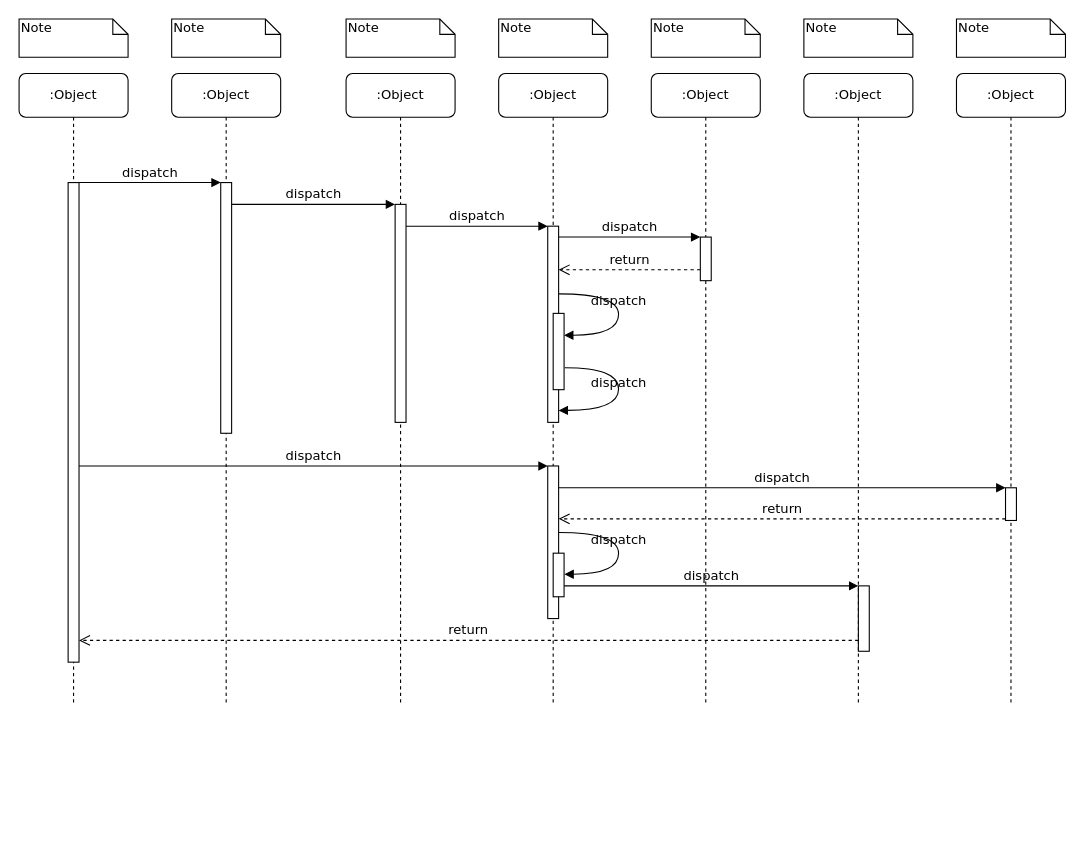
Before: 合单.drawio in unclequentin/diagrams, a draw.io diagram. Source tidied: cells renumbered, new cells numbered last; positions are measured from the earlier drawing's top-left corner, leaving out a move shared by most shapes. Both pictures are drawn from the tidied source at 109%, with x=0, y=0 at pixel (19, 19).
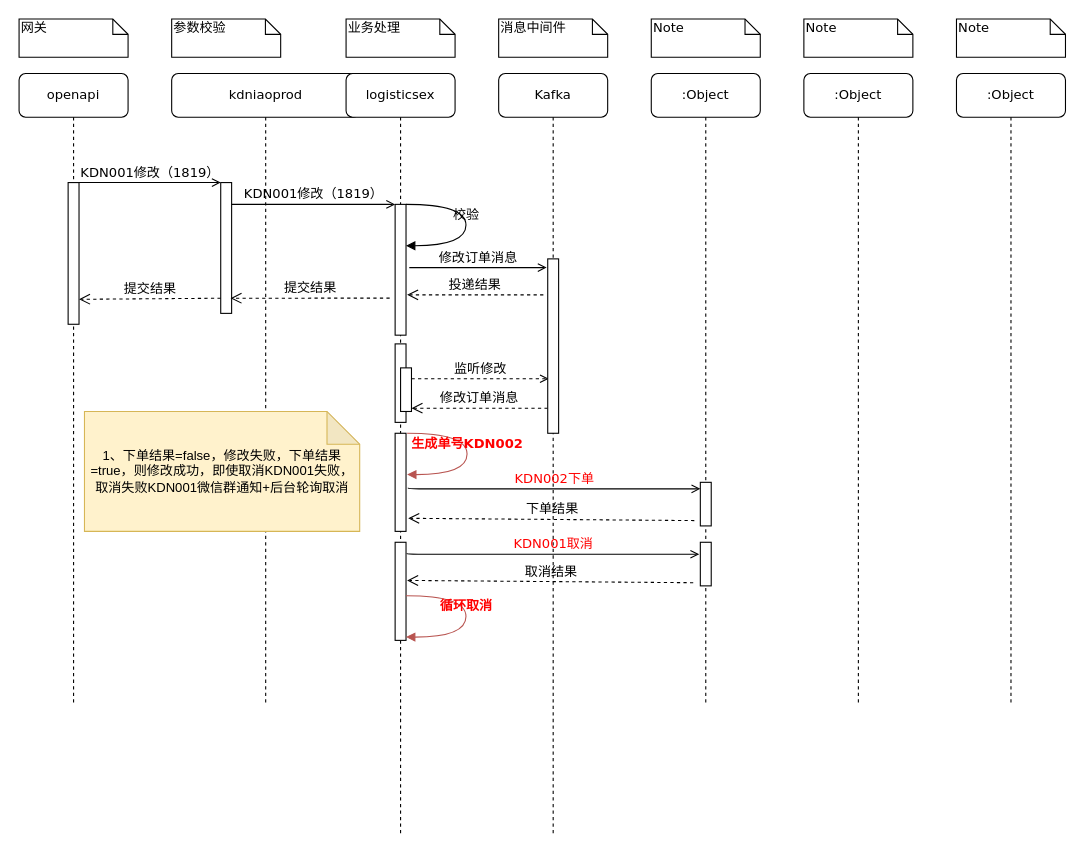
After the change.

Unchanged cells that the change refers to:
```xml
<mxCell id="7" value=":Object" style="shape=umlLifeline;perimeter=lifelinePerimeter;whiteSpace=wrap;html=1;rounded=1;shadow=0;comic=0;labelBackgroundColor=none;strokeWidth=1;fontFamily=Verdana;fontSize=12;align=center;" parent="1" vertex="1">
  <mxGeometry x="580" y="50" width="100" height="580" as="geometry" />
</mxCell>
```

Change to the diagram source:
```diff
@@
-    <mxCell id="2" value=":Object" style="shape=umlLifeline;perimeter=lifelinePerimeter;whiteSpace=wrap;html=1;rounded=1;shadow=0;comic=0;labelBackgroundColor=none;strokeWidth=1;fontFamily=Verdana;fontSize=12;align=center;" parent="1" vertex="1">
-      <mxGeometry x="140" y="50" width="100" height="580" as="geometry" />
+    <mxCell id="2" value="kdniaoprod" style="shape=umlLifeline;perimeter=lifelinePerimeter;whiteSpace=wrap;html=1;rounded=1;shadow=0;comic=0;labelBackgroundColor=none;strokeWidth=1;fontFamily=Verdana;fontSize=12;align=center;" parent="1" vertex="1">
+      <mxGeometry x="140" y="50" width="172.5" height="580" as="geometry" />
     </mxCell>
     <mxCell id="3" style="html=1;points=[];perimeter=orthogonalPerimeter;rounded=0;shadow=0;comic=0;labelBackgroundColor=none;strokeWidth=1;fontFamily=Verdana;fontSize=12;align=center;" parent="2" vertex="1">
-      <mxGeometry x="45" y="100" width="10" height="230" as="geometry" />
+      <mxGeometry x="45" y="100" width="10" height="120" as="geometry" />
     </mxCell>
+    <mxCell id="39" value="提交结果" style="html=1;verticalAlign=bottom;endArrow=open;dashed=1;endSize=8;labelBackgroundColor=none;fontFamily=Verdana;fontSize=12;entryX=0.9;entryY=0.283;entryDx=0;entryDy=0;entryPerimeter=0;exitX=0;exitY=0.283;exitDx=0;exitDy=0;exitPerimeter=0;" parent="2" edge="1">
+      <mxGeometry relative="1" as="geometry">
+        <mxPoint x="45" y="206.1" as="sourcePoint" />
+        <mxPoint x="-85" y="207.1" as="targetPoint" />
+      </mxGeometry>
+    </mxCell>
+    <mxCell id="40" value="1、下单结果=false，修改失败，下单结果=true，则修改成功，即使取消KDN001失败，取消失败KDN001微信群通知+后台轮询取消" style="shape=note;whiteSpace=wrap;html=1;backgroundOutline=1;darkOpacity=0.05;fillColor=#fff2cc;strokeColor=#d6b656;" parent="2" vertex="1">
+      <mxGeometry x="-80" y="310" width="252.5" height="110" as="geometry" />
+    </mxCell>
-    <mxCell id="4" value=":Object" style="shape=umlLifeline;perimeter=lifelinePerimeter;whiteSpace=wrap;html=1;rounded=1;shadow=0;comic=0;labelBackgroundColor=none;strokeWidth=1;fontFamily=Verdana;fontSize=12;align=center;" parent="1" vertex="1">
-      <mxGeometry x="300" y="50" width="100" height="580" as="geometry" />
+    <mxCell id="4" value="logisticsex" style="shape=umlLifeline;perimeter=lifelinePerimeter;whiteSpace=wrap;html=1;rounded=1;shadow=0;comic=0;labelBackgroundColor=none;strokeWidth=1;fontFamily=Verdana;fontSize=12;align=center;" parent="1" vertex="1">
+      <mxGeometry x="300" y="50" width="100" height="700" as="geometry" />
     </mxCell>
     <mxCell id="5" style="html=1;points=[];perimeter=orthogonalPerimeter;rounded=0;shadow=0;comic=0;labelBackgroundColor=none;strokeWidth=1;fontFamily=Verdana;fontSize=12;align=center;" parent="4" vertex="1">
-      <mxGeometry x="45" y="120" width="10" height="200" as="geometry" />
+      <mxGeometry x="45" y="120" width="10" height="120" as="geometry" />
     </mxCell>
+    <mxCell id="41" value="校验" style="html=1;verticalAlign=bottom;endArrow=block;labelBackgroundColor=none;fontFamily=Verdana;fontSize=12;elbow=vertical;edgeStyle=orthogonalEdgeStyle;curved=1;entryX=1;entryY=0.316;entryPerimeter=0;exitX=1.038;exitY=0.345;exitPerimeter=0;entryDx=0;entryDy=0;" parent="4" edge="1" target="5">
+      <mxGeometry relative="1" as="geometry">
+        <mxPoint x="55" y="120" as="sourcePoint" />
+        <Array as="points">
+          <mxPoint x="110" y="120" />
+          <mxPoint x="110" y="158" />
+        </Array>
+      </mxGeometry>
+    </mxCell>
+    <mxCell id="42" value="&lt;b&gt;&lt;font color=&quot;#ff0000&quot;&gt;生成单号KDN002&lt;/font&gt;&lt;/b&gt;" style="html=1;verticalAlign=bottom;endArrow=block;labelBackgroundColor=none;fontFamily=Verdana;fontSize=12;elbow=vertical;edgeStyle=orthogonalEdgeStyle;curved=1;entryX=1;entryY=0.316;entryPerimeter=0;exitX=1.038;exitY=0.345;exitPerimeter=0;entryDx=0;entryDy=0;fillColor=#f8cecc;strokeColor=#B85450;" parent="4" edge="1">
+      <mxGeometry relative="1" as="geometry">
+        <mxPoint x="56" y="330" as="sourcePoint" />
+        <mxPoint x="56" y="367.9" as="targetPoint" />
+        <Array as="points">
+          <mxPoint x="111" y="330" />
+          <mxPoint x="111" y="368" />
+        </Array>
+      </mxGeometry>
+    </mxCell>
+    <mxCell id="43" style="html=1;perimeter=orthogonalPerimeter;rounded=0;shadow=0;comic=0;labelBackgroundColor=none;strokeWidth=1;fontFamily=Verdana;fontSize=12;align=center;" parent="4" vertex="1">
+      <mxGeometry x="45" y="430" width="10" height="90" as="geometry" />
+    </mxCell>
+    <mxCell id="44" value="&lt;font color=&quot;#ff0000&quot;&gt;&lt;b&gt;循环取消&lt;/b&gt;&lt;/font&gt;" style="html=1;verticalAlign=bottom;endArrow=block;labelBackgroundColor=none;fontFamily=Verdana;fontSize=12;elbow=vertical;edgeStyle=orthogonalEdgeStyle;curved=1;entryX=1;entryY=0.316;entryPerimeter=0;exitX=1.038;exitY=0.345;exitPerimeter=0;entryDx=0;entryDy=0;fillColor=#f8cecc;strokeColor=#B85450;" parent="4" edge="1">
+      <mxGeometry relative="1" as="geometry">
+        <mxPoint x="55" y="479.1" as="sourcePoint" />
+        <mxPoint x="55" y="517" as="targetPoint" />
+        <Array as="points">
+          <mxPoint x="110" y="479.1" />
+          <mxPoint x="110" y="517.1" />
+        </Array>
+      </mxGeometry>
+    </mxCell>
-    <mxCell id="6" value=":Object" style="shape=umlLifeline;perimeter=lifelinePerimeter;whiteSpace=wrap;html=1;rounded=1;shadow=0;comic=0;labelBackgroundColor=none;strokeWidth=1;fontFamily=Verdana;fontSize=12;align=center;" parent="1" vertex="1">
-      <mxGeometry x="440" y="50" width="100" height="580" as="geometry" />
+    <mxCell id="6" value="Kafka" style="shape=umlLifeline;perimeter=lifelinePerimeter;whiteSpace=wrap;html=1;rounded=1;shadow=0;comic=0;labelBackgroundColor=none;strokeWidth=1;fontFamily=Verdana;fontSize=12;align=center;" parent="1" vertex="1">
+      <mxGeometry x="440" y="50" width="100" height="700" as="geometry" />
     </mxCell>
+    <mxCell id="45" value="修改订单消息" style="html=1;verticalAlign=bottom;endArrow=open;labelBackgroundColor=none;fontFamily=Verdana;fontSize=12;edgeStyle=elbowEdgeStyle;elbow=vertical;endFill=0;entryX=0.1;entryY=0.211;entryDx=0;entryDy=0;entryPerimeter=0;" parent="6" edge="1">
+      <mxGeometry relative="1" as="geometry">
+        <mxPoint x="-82" y="178" as="sourcePoint" />
+        <mxPoint x="44" y="178" as="targetPoint" />
+      </mxGeometry>
+    </mxCell>
+    <mxCell id="46" value="投递结果" style="html=1;verticalAlign=bottom;endArrow=open;dashed=1;endSize=8;labelBackgroundColor=none;fontFamily=Verdana;fontSize=12;" parent="6" edge="1">
+      <mxGeometry relative="1" as="geometry">
+        <mxPoint x="41" y="203" as="sourcePoint" />
+        <mxPoint x="-84" y="203" as="targetPoint" />
+      </mxGeometry>
+    </mxCell>
+    <mxCell id="47" value="监听修改" style="html=1;verticalAlign=bottom;endArrow=open;labelBackgroundColor=none;fontFamily=Verdana;fontSize=12;edgeStyle=elbowEdgeStyle;elbow=vertical;endFill=0;entryX=0.1;entryY=0.211;entryDx=0;entryDy=0;entryPerimeter=0;dashed=1;" parent="6" edge="1">
+      <mxGeometry relative="1" as="geometry">
+        <mxPoint x="-80" y="280" as="sourcePoint" />
+        <mxPoint x="46" y="280" as="targetPoint" />
+      </mxGeometry>
+    </mxCell>
+    <mxCell id="48" value="修改订单消息" style="html=1;verticalAlign=bottom;endArrow=open;dashed=1;endSize=8;labelBackgroundColor=none;fontFamily=Verdana;fontSize=12;" parent="6" edge="1">
+      <mxGeometry relative="1" as="geometry">
+        <mxPoint x="45" y="307" as="sourcePoint" />
+        <mxPoint x="-80" y="307" as="targetPoint" />
+      </mxGeometry>
+    </mxCell>
+    <mxCell id="49" value="下单结果" style="html=1;verticalAlign=bottom;endArrow=open;dashed=1;endSize=8;labelBackgroundColor=none;fontFamily=Verdana;fontSize=12;entryX=1.2;entryY=0.846;entryDx=0;entryDy=0;entryPerimeter=0;" parent="6" edge="1">
+      <mxGeometry relative="1" as="geometry">
+        <mxPoint x="179.5" y="410.1" as="sourcePoint" />
+        <mxPoint x="-83" y="408" as="targetPoint" />
+      </mxGeometry>
+    </mxCell>
+    <mxCell id="50" value="&lt;font color=&quot;#ff0000&quot;&gt;KDN001取消&lt;/font&gt;" style="html=1;verticalAlign=bottom;endArrow=open;labelBackgroundColor=none;fontFamily=Verdana;fontSize=12;edgeStyle=elbowEdgeStyle;elbow=vertical;endFill=0;entryX=0;entryY=0.3;entryDx=0;entryDy=0;entryPerimeter=0;" parent="6" edge="1">
+      <mxGeometry relative="1" as="geometry">
+        <mxPoint x="-84" y="440" as="sourcePoint" />
+        <mxPoint x="184" y="441" as="targetPoint" />
+      </mxGeometry>
+    </mxCell>
@@
+    <mxCell id="51" style="html=1;perimeter=orthogonalPerimeter;rounded=0;shadow=0;comic=0;labelBackgroundColor=none;strokeWidth=1;fontFamily=Verdana;fontSize=12;align=center;" parent="7" vertex="1">
+      <mxGeometry x="45" y="430" width="10" height="40" as="geometry" />
+    </mxCell>
@@
-    <mxCell id="10" value=":Object" style="shape=umlLifeline;perimeter=lifelinePerimeter;whiteSpace=wrap;html=1;rounded=1;shadow=0;comic=0;labelBackgroundColor=none;strokeWidth=1;fontFamily=Verdana;fontSize=12;align=center;" parent="1" vertex="1">
+    <mxCell id="10" value="openapi" style="shape=umlLifeline;perimeter=lifelinePerimeter;whiteSpace=wrap;html=1;rounded=1;shadow=0;comic=0;labelBackgroundColor=none;strokeWidth=1;fontFamily=Verdana;fontSize=12;align=center;" parent="1" vertex="1">
       <mxGeometry y="50" width="100" height="580" as="geometry" />
     </mxCell>
     <mxCell id="11" style="html=1;points=[];perimeter=orthogonalPerimeter;rounded=0;shadow=0;comic=0;labelBackgroundColor=none;strokeWidth=1;fontFamily=Verdana;fontSize=12;align=center;" parent="10" vertex="1">
-      <mxGeometry x="45" y="100" width="10" height="440" as="geometry" />
+      <mxGeometry x="45" y="100" width="10" height="130" as="geometry" />
     </mxCell>
     <mxCell id="12" style="html=1;points=[];perimeter=orthogonalPerimeter;rounded=0;shadow=0;comic=0;labelBackgroundColor=none;strokeWidth=1;fontFamily=Verdana;fontSize=12;align=center;" parent="1" vertex="1">
-      <mxGeometry x="485" y="190" width="10" height="180" as="geometry" />
+      <mxGeometry x="485" y="220" width="10" height="160" as="geometry" />
     </mxCell>
-    <mxCell id="13" value="dispatch" style="html=1;verticalAlign=bottom;endArrow=block;labelBackgroundColor=none;fontFamily=Verdana;fontSize=12;edgeStyle=elbowEdgeStyle;elbow=vertical;" parent="1" edge="1" source="5" target="12">
-      <mxGeometry relative="1" as="geometry">
-        <Array as="points">
-          <mxPoint x="360" y="190" />
-        </Array>
-      </mxGeometry>
-    </mxCell>
     <mxCell id="14" style="html=1;points=[];perimeter=orthogonalPerimeter;rounded=0;shadow=0;comic=0;labelBackgroundColor=none;strokeWidth=1;fontFamily=Verdana;fontSize=12;align=center;" parent="1" vertex="1">
-      <mxGeometry x="625" y="200" width="10" height="40" as="geometry" />
+      <mxGeometry x="625" y="425" width="10" height="40" as="geometry" />
     </mxCell>
-    <mxCell id="15" value="dispatch" style="html=1;verticalAlign=bottom;endArrow=block;entryX=0;entryY=0;labelBackgroundColor=none;fontFamily=Verdana;fontSize=12;edgeStyle=elbowEdgeStyle;elbow=vertical;" parent="1" edge="1" source="12" target="14">
-      <mxGeometry relative="1" as="geometry" />
-    </mxCell>
-    <mxCell id="16" value="return" style="html=1;verticalAlign=bottom;endArrow=open;dashed=1;endSize=8;labelBackgroundColor=none;fontFamily=Verdana;fontSize=12;edgeStyle=elbowEdgeStyle;elbow=vertical;" parent="1" edge="1" source="14" target="12">
-      <mxGeometry relative="1" as="geometry">
-        <Array as="points">
-          <mxPoint x="570" y="230" />
-          <mxPoint x="600" y="230" />
-        </Array>
-      </mxGeometry>
-    </mxCell>
-    <mxCell id="17" style="html=1;points=[];perimeter=orthogonalPerimeter;rounded=0;shadow=0;comic=0;labelBackgroundColor=none;strokeWidth=1;fontFamily=Verdana;fontSize=12;align=center;" parent="1" vertex="1">
-      <mxGeometry x="485" y="410" width="10" height="140" as="geometry" />
-    </mxCell>
-    <mxCell id="18" value="dispatch" style="html=1;verticalAlign=bottom;endArrow=block;entryX=0;entryY=0;labelBackgroundColor=none;fontFamily=Verdana;fontSize=12;" parent="1" edge="1" source="11" target="17">
-      <mxGeometry relative="1" as="geometry" />
-    </mxCell>
-    <mxCell id="19" style="html=1;points=[];perimeter=orthogonalPerimeter;rounded=0;shadow=0;comic=0;labelBackgroundColor=none;strokeColor=#000000;strokeWidth=1;fillColor=#FFFFFF;fontFamily=Verdana;fontSize=12;fontColor=#000000;align=center;" parent="1" vertex="1">
-      <mxGeometry x="905" y="430" width="10" height="30" as="geometry" />
-    </mxCell>
-    <mxCell id="20" value="dispatch" style="html=1;verticalAlign=bottom;endArrow=block;entryX=0;entryY=0;labelBackgroundColor=none;fontFamily=Verdana;fontSize=12;" parent="1" edge="1" source="17" target="19">
-      <mxGeometry relative="1" as="geometry" />
-    </mxCell>
-    <mxCell id="21" value="return" style="html=1;verticalAlign=bottom;endArrow=open;dashed=1;endSize=8;exitX=0;exitY=0.95;labelBackgroundColor=none;fontFamily=Verdana;fontSize=12;" parent="1" edge="1" source="19" target="17">
-      <mxGeometry relative="1" as="geometry" />
-    </mxCell>
-    <mxCell id="22" style="html=1;points=[];perimeter=orthogonalPerimeter;rounded=0;shadow=0;comic=0;labelBackgroundColor=none;strokeWidth=1;fontFamily=Verdana;fontSize=12;align=center;" parent="1" vertex="1">
-      <mxGeometry x="770" y="520" width="10" height="60" as="geometry" />
-    </mxCell>
-    <mxCell id="23" value="dispatch" style="html=1;verticalAlign=bottom;endArrow=block;entryX=0;entryY=0;labelBackgroundColor=none;fontFamily=Verdana;fontSize=12;edgeStyle=elbowEdgeStyle;elbow=vertical;" parent="1" edge="1" source="30" target="22">
-      <mxGeometry relative="1" as="geometry" />
-    </mxCell>
-    <mxCell id="24" value="return" style="html=1;verticalAlign=bottom;endArrow=open;dashed=1;endSize=8;labelBackgroundColor=none;fontFamily=Verdana;fontSize=12;edgeStyle=elbowEdgeStyle;elbow=vertical;" parent="1" edge="1" source="22" target="11">
-      <mxGeometry relative="1" as="geometry">
-        <Array as="points">
-          <mxPoint x="470" y="570" />
-        </Array>
-      </mxGeometry>
-    </mxCell>
-    <mxCell id="25" value="dispatch" style="html=1;verticalAlign=bottom;endArrow=block;entryX=0;entryY=0;labelBackgroundColor=none;fontFamily=Verdana;fontSize=12;edgeStyle=elbowEdgeStyle;elbow=vertical;" parent="1" edge="1" source="11" target="3">
+    <mxCell id="25" value="KDN001修改（1819）" style="html=1;verticalAlign=bottom;endArrow=open;entryX=0;entryY=0;labelBackgroundColor=none;fontFamily=Verdana;fontSize=12;edgeStyle=elbowEdgeStyle;elbow=vertical;endFill=0;" parent="1" edge="1" source="11" target="3">
       <mxGeometry relative="1" as="geometry" />
     </mxCell>
-    <mxCell id="26" value="dispatch" style="html=1;verticalAlign=bottom;endArrow=block;entryX=0;entryY=0;labelBackgroundColor=none;fontFamily=Verdana;fontSize=12;edgeStyle=elbowEdgeStyle;elbow=vertical;" parent="1" edge="1" source="3" target="5">
+    <mxCell id="26" value="KDN001修改（1819）" style="html=1;verticalAlign=bottom;endArrow=open;entryX=0;entryY=0;labelBackgroundColor=none;fontFamily=Verdana;fontSize=12;edgeStyle=elbowEdgeStyle;elbow=vertical;endFill=0;" parent="1" edge="1" source="3" target="5">
       <mxGeometry relative="1" as="geometry" />
     </mxCell>
-    <mxCell id="27" style="html=1;points=[];perimeter=orthogonalPerimeter;rounded=0;shadow=0;comic=0;labelBackgroundColor=none;strokeWidth=1;fontFamily=Verdana;fontSize=12;align=center;" parent="1" vertex="1">
-      <mxGeometry x="490" y="270" width="10" height="70" as="geometry" />
-    </mxCell>
-    <mxCell id="28" value="dispatch" style="html=1;verticalAlign=bottom;endArrow=block;labelBackgroundColor=none;fontFamily=Verdana;fontSize=12;elbow=vertical;edgeStyle=orthogonalEdgeStyle;curved=1;entryX=1;entryY=0.286;entryPerimeter=0;exitX=1.038;exitY=0.345;exitPerimeter=0;" parent="1" edge="1" source="12" target="27">
-      <mxGeometry relative="1" as="geometry">
-        <Array as="points">
-          <mxPoint x="550" y="252" />
-          <mxPoint x="550" y="290" />
-        </Array>
-      </mxGeometry>
-    </mxCell>
-    <mxCell id="29" value="dispatch" style="html=1;verticalAlign=bottom;endArrow=block;labelBackgroundColor=none;fontFamily=Verdana;fontSize=12;elbow=vertical;edgeStyle=orthogonalEdgeStyle;curved=1;exitX=1.066;exitY=0.713;exitPerimeter=0;" parent="1" edge="1" source="27">
-      <mxGeometry relative="1" as="geometry">
-        <mxPoint x="495" y="359" as="targetPoint" />
-        <Array as="points">
-          <mxPoint x="550" y="320" />
-          <mxPoint x="550" y="359" />
-        </Array>
-      </mxGeometry>
-    </mxCell>
-    <mxCell id="30" style="html=1;points=[];perimeter=orthogonalPerimeter;rounded=0;shadow=0;comic=0;labelBackgroundColor=none;strokeWidth=1;fontFamily=Verdana;fontSize=12;align=center;" parent="1" vertex="1">
-      <mxGeometry x="490" y="490" width="10" height="40" as="geometry" />
-    </mxCell>
-    <mxCell id="31" value="dispatch" style="html=1;verticalAlign=bottom;endArrow=block;labelBackgroundColor=none;fontFamily=Verdana;fontSize=12;elbow=vertical;edgeStyle=orthogonalEdgeStyle;curved=1;entryX=1;entryY=0.286;entryPerimeter=0;exitX=1.038;exitY=0.345;exitPerimeter=0;" parent="1" edge="1">
-      <mxGeometry relative="1" as="geometry">
-        <mxPoint x="495.3" y="471" as="sourcePoint" />
-        <mxPoint x="500.3" y="509.3" as="targetPoint" />
-        <Array as="points">
-          <mxPoint x="550" y="471" />
-          <mxPoint x="550" y="509" />
-        </Array>
-      </mxGeometry>
-    </mxCell>
-    <mxCell id="32" value="Note" style="shape=note;whiteSpace=wrap;html=1;size=14;verticalAlign=top;align=left;spacingTop=-6;rounded=0;shadow=0;comic=0;labelBackgroundColor=none;strokeWidth=1;fontFamily=Verdana;fontSize=12;" parent="1" vertex="1">
+    <mxCell id="32" value="网关" style="shape=note;whiteSpace=wrap;html=1;size=14;verticalAlign=top;align=left;spacingTop=-6;rounded=0;shadow=0;comic=0;labelBackgroundColor=none;strokeWidth=1;fontFamily=Verdana;fontSize=12;" parent="1" vertex="1">
       <mxGeometry width="100" height="35" as="geometry" />
     </mxCell>
-    <mxCell id="33" value="Note" style="shape=note;whiteSpace=wrap;html=1;size=14;verticalAlign=top;align=left;spacingTop=-6;rounded=0;shadow=0;comic=0;labelBackgroundColor=none;strokeWidth=1;fontFamily=Verdana;fontSize=12;" parent="1" vertex="1">
+    <mxCell id="33" value="参数校验" style="shape=note;whiteSpace=wrap;html=1;size=14;verticalAlign=top;align=left;spacingTop=-6;rounded=0;shadow=0;comic=0;labelBackgroundColor=none;strokeWidth=1;fontFamily=Verdana;fontSize=12;" parent="1" vertex="1">
       <mxGeometry x="140" width="100" height="35" as="geometry" />
     </mxCell>
-    <mxCell id="34" value="Note" style="shape=note;whiteSpace=wrap;html=1;size=14;verticalAlign=top;align=left;spacingTop=-6;rounded=0;shadow=0;comic=0;labelBackgroundColor=none;strokeWidth=1;fontFamily=Verdana;fontSize=12;" parent="1" vertex="1">
+    <mxCell id="34" value="业务处理" style="shape=note;whiteSpace=wrap;html=1;size=14;verticalAlign=top;align=left;spacingTop=-6;rounded=0;shadow=0;comic=0;labelBackgroundColor=none;strokeWidth=1;fontFamily=Verdana;fontSize=12;" parent="1" vertex="1">
       <mxGeometry x="300" width="100" height="35" as="geometry" />
     </mxCell>
-    <mxCell id="35" value="Note" style="shape=note;whiteSpace=wrap;html=1;size=14;verticalAlign=top;align=left;spacingTop=-6;rounded=0;shadow=0;comic=0;labelBackgroundColor=none;strokeWidth=1;fontFamily=Verdana;fontSize=12;" parent="1" vertex="1">
+    <mxCell id="35" value="消息中间件" style="shape=note;whiteSpace=wrap;html=1;size=14;verticalAlign=top;align=left;spacingTop=-6;rounded=0;shadow=0;comic=0;labelBackgroundColor=none;strokeWidth=1;fontFamily=Verdana;fontSize=12;" parent="1" vertex="1">
       <mxGeometry x="440" width="100" height="35" as="geometry" />
     </mxCell>
@@
+    <mxCell id="52" value="提交结果" style="html=1;verticalAlign=bottom;endArrow=open;dashed=1;endSize=8;labelBackgroundColor=none;fontFamily=Verdana;fontSize=12;entryX=0.9;entryY=0.283;entryDx=0;entryDy=0;entryPerimeter=0;" parent="1" edge="1">
+      <mxGeometry relative="1" as="geometry">
+        <mxPoint x="340" y="256" as="sourcePoint" />
+        <mxPoint x="194" y="256.1" as="targetPoint" />
+      </mxGeometry>
+    </mxCell>
+    <mxCell id="53" style="html=1;perimeter=orthogonalPerimeter;rounded=0;shadow=0;comic=0;labelBackgroundColor=none;strokeWidth=1;fontFamily=Verdana;fontSize=12;align=center;" parent="1" vertex="1">
+      <mxGeometry x="345" y="298" width="10" height="72" as="geometry" />
+    </mxCell>
+    <mxCell id="54" style="html=1;perimeter=orthogonalPerimeter;rounded=0;shadow=0;comic=0;labelBackgroundColor=none;strokeWidth=1;fontFamily=Verdana;fontSize=12;align=center;" parent="1" vertex="1">
+      <mxGeometry x="350" y="320" width="10" height="40" as="geometry" />
+    </mxCell>
+    <mxCell id="55" style="html=1;perimeter=orthogonalPerimeter;rounded=0;shadow=0;comic=0;labelBackgroundColor=none;strokeWidth=1;fontFamily=Verdana;fontSize=12;align=center;" parent="1" vertex="1">
+      <mxGeometry x="345" y="380" width="10" height="90" as="geometry" />
+    </mxCell>
+    <mxCell id="56" value="&lt;font color=&quot;#ff0000&quot;&gt;KDN002下单&lt;/font&gt;" style="html=1;verticalAlign=bottom;endArrow=open;labelBackgroundColor=none;fontFamily=Verdana;fontSize=12;edgeStyle=elbowEdgeStyle;elbow=vertical;endFill=0;entryX=0;entryY=0.3;entryDx=0;entryDy=0;entryPerimeter=0;" parent="1" edge="1">
+      <mxGeometry relative="1" as="geometry">
+        <mxPoint x="357" y="430" as="sourcePoint" />
+        <mxPoint x="625" y="431" as="targetPoint" />
+      </mxGeometry>
+    </mxCell>
+    <mxCell id="57" value="取消结果" style="html=1;verticalAlign=bottom;endArrow=open;dashed=1;endSize=8;labelBackgroundColor=none;fontFamily=Verdana;fontSize=12;entryX=1.2;entryY=0.846;entryDx=0;entryDy=0;entryPerimeter=0;" parent="1" edge="1">
+      <mxGeometry relative="1" as="geometry">
+        <mxPoint x="618.5" y="517.1" as="sourcePoint" />
+        <mxPoint x="356" y="515" as="targetPoint" />
+      </mxGeometry>
+    </mxCell>
```
